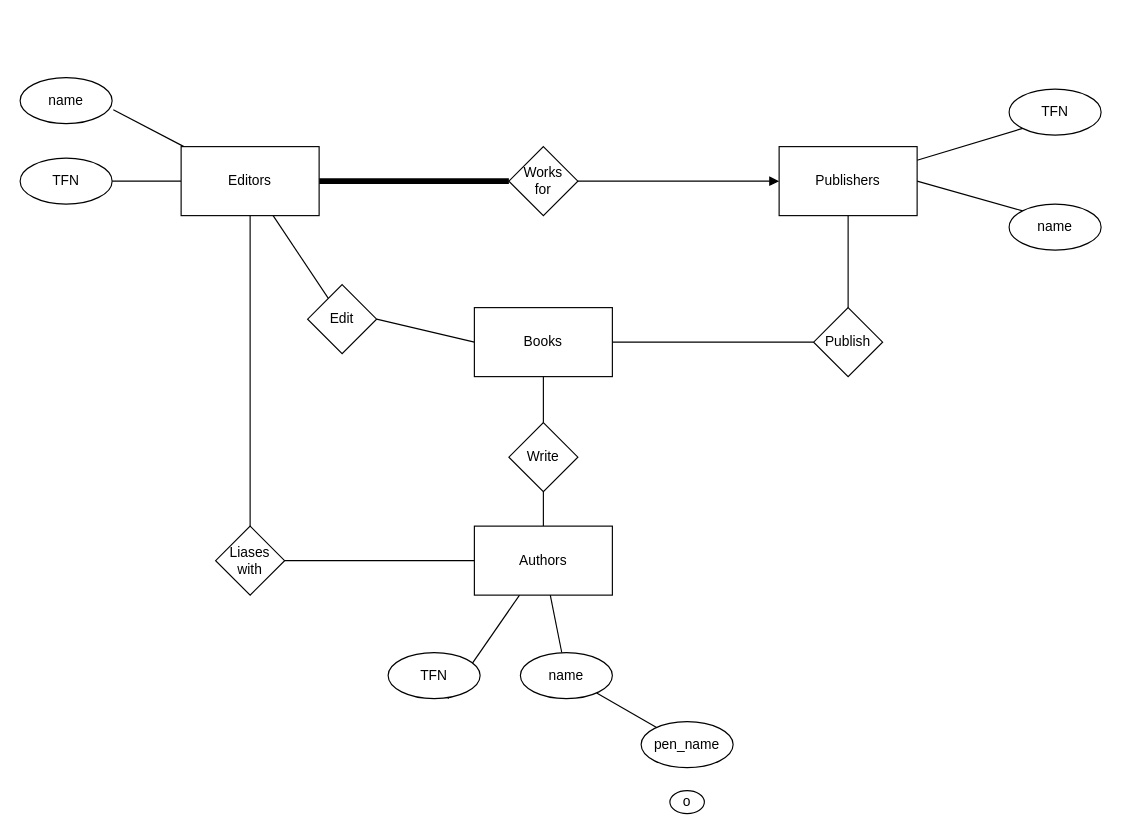
Before: Untitled Diagram.drawio in drewmillerwilson/demo-repo, a draw.io diagram. Source tidied: cells renumbered, new cells numbered last; positions are measured from the earlier drawing's top-left corner, leaving out a move shared by most shapes. Both pictures are drawn from the tidied source at 115%, with x=0, y=0 at pixel (20, 77).
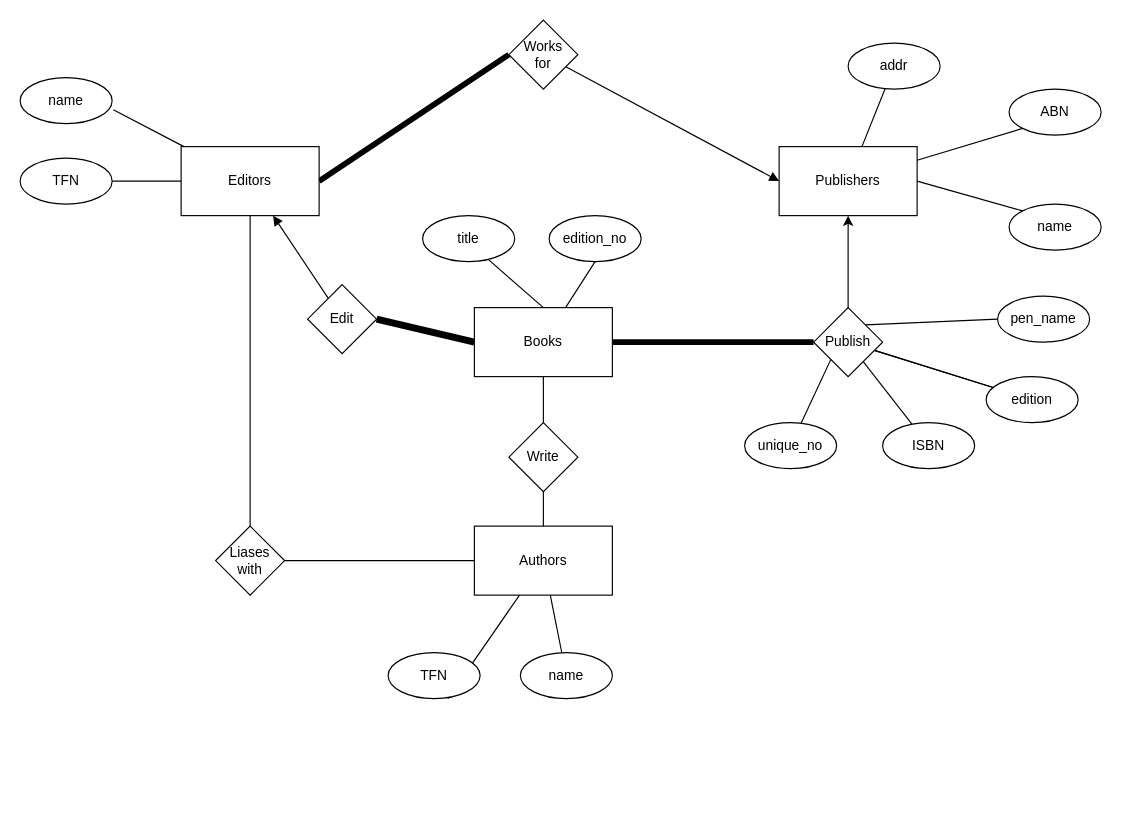
The same page after the edit.

The change refers to these unchanged cells:
```xml
<mxCell id="6" value="Editors" style="rounded=0;whiteSpace=wrap;html=1;" parent="1" vertex="1">
  <mxGeometry x="140" y="60" width="120" height="60" as="geometry" />
</mxCell>
<mxCell id="13" value="Publishers" style="rounded=0;whiteSpace=wrap;html=1;" parent="1" vertex="1">
  <mxGeometry x="660" y="60" width="120" height="60" as="geometry" />
</mxCell>
<mxCell id="16" value="Books" style="rounded=0;whiteSpace=wrap;html=1;" parent="1" vertex="1">
  <mxGeometry x="395" y="200" width="120" height="60" as="geometry" />
</mxCell>
<mxCell id="25" value="name" style="ellipse;whiteSpace=wrap;html=1;" parent="1" vertex="1">
  <mxGeometry x="435" y="500" width="80" height="40" as="geometry" />
</mxCell>
<mxCell id="30" value="Edit" style="rhombus;whiteSpace=wrap;html=1;" parent="1" vertex="1">
  <mxGeometry x="250" y="180" width="60" height="60" as="geometry" />
</mxCell>
<mxCell id="31" value="Publish" style="rhombus;whiteSpace=wrap;html=1;" parent="1" vertex="1">
  <mxGeometry x="690" y="200" width="60" height="60" as="geometry" />
</mxCell>
```

Diff of the diagram source:
```diff
@@
-    <mxCell id="12" style="edgeStyle=none;rounded=0;jettySize=auto;html=1;entryX=0.5;entryY=0;entryDx=0;entryDy=0;endArrow=none;endFill=0;" parent="1" edge="1" source="13" target="31">
+    <mxCell id="12" style="edgeStyle=none;rounded=0;jettySize=auto;html=1;endArrow=classic;endFill=1;exitX=0.5;exitY=0;exitDx=0;exitDy=0;entryX=0.5;entryY=1;entryDx=0;entryDy=0;" parent="1" edge="1" source="31" target="13">
       <mxGeometry relative="1" as="geometry" />
     </mxCell>
@@
-    <mxCell id="14" style="edgeStyle=none;rounded=0;jettySize=auto;html=1;exitX=0;exitY=0.5;exitDx=0;exitDy=0;entryX=1;entryY=0.5;entryDx=0;entryDy=0;endArrow=none;endFill=0;" parent="1" edge="1" source="16" target="30">
+    <mxCell id="14" style="edgeStyle=none;rounded=0;jettySize=auto;html=1;exitX=0;exitY=0.5;exitDx=0;exitDy=0;entryX=1;entryY=0.5;entryDx=0;entryDy=0;endArrow=none;endFill=0;strokeWidth=6;" parent="1" edge="1" source="16" target="30">
       <mxGeometry relative="1" as="geometry" />
     </mxCell>
-    <mxCell id="15" style="edgeStyle=none;rounded=0;jettySize=auto;html=1;exitX=1;exitY=0.5;exitDx=0;exitDy=0;entryX=0;entryY=0.5;entryDx=0;entryDy=0;endArrow=none;endFill=0;" parent="1" edge="1" source="16" target="31">
+    <mxCell id="15" style="edgeStyle=none;rounded=0;jettySize=auto;html=1;exitX=1;exitY=0.5;exitDx=0;exitDy=0;entryX=0;entryY=0.5;entryDx=0;entryDy=0;endArrow=none;endFill=0;strokeWidth=5;" parent="1" edge="1" source="16" target="31">
       <mxGeometry relative="1" as="geometry" />
     </mxCell>
+    <mxCell id="36" style="edgeStyle=none;rounded=0;jettySize=auto;html=1;exitX=0.5;exitY=0;exitDx=0;exitDy=0;entryX=0.713;entryY=0.95;entryDx=0;entryDy=0;entryPerimeter=0;shadow=0;endArrow=none;endFill=0;strokeWidth=1;" parent="1" edge="1" source="16" target="44">
+      <mxGeometry relative="1" as="geometry" />
+    </mxCell>
+    <mxCell id="37" style="edgeStyle=none;rounded=0;jettySize=auto;html=1;entryX=0.5;entryY=1;entryDx=0;entryDy=0;shadow=0;endArrow=none;endFill=0;strokeWidth=1;" parent="1" edge="1" source="16" target="43">
+      <mxGeometry relative="1" as="geometry" />
+    </mxCell>
@@
-    <mxCell id="19" value="TFN" style="ellipse;whiteSpace=wrap;html=1;" parent="1" vertex="1">
+    <mxCell id="19" value="ABN" style="ellipse;whiteSpace=wrap;html=1;" parent="1" vertex="1">
       <mxGeometry x="860" y="10" width="80" height="40" as="geometry" />
     </mxCell>
@@
-    <mxCell id="21" style="rounded=0;jettySize=auto;html=1;endArrow=none;endFill=0;" parent="1" edge="1" source="22" target="25">
-      <mxGeometry relative="1" as="geometry" />
-    </mxCell>
     <mxCell id="22" value="pen_name" style="ellipse;whiteSpace=wrap;html=1;" parent="1" vertex="1">
-      <mxGeometry x="540" y="560" width="80" height="40" as="geometry" />
+      <mxGeometry x="850" y="190" width="80" height="40" as="geometry" />
     </mxCell>
@@
-    <mxCell id="26" value="o" style="ellipse;whiteSpace=wrap;html=1;" parent="1" vertex="1">
-      <mxGeometry x="565" y="620" width="30" height="20" as="geometry" />
-    </mxCell>
@@
-    <mxCell id="29" style="edgeStyle=none;rounded=0;jettySize=auto;html=1;endArrow=none;endFill=0;" parent="1" edge="1" source="30" target="6">
+    <mxCell id="29" style="edgeStyle=none;rounded=0;jettySize=auto;html=1;endArrow=block;endFill=1;" parent="1" edge="1" source="30" target="6">
       <mxGeometry relative="1" as="geometry" />
     </mxCell>
@@
+    <mxCell id="38" style="edgeStyle=none;rounded=0;jettySize=auto;html=1;shadow=0;endArrow=none;endFill=0;strokeWidth=1;" parent="1" edge="1" source="31" target="46">
+      <mxGeometry relative="1" as="geometry" />
+    </mxCell>
+    <mxCell id="39" style="edgeStyle=none;rounded=0;jettySize=auto;html=1;exitX=0;exitY=1;exitDx=0;exitDy=0;shadow=0;endArrow=none;endFill=0;strokeWidth=1;" parent="1" edge="1" source="31" target="45">
+      <mxGeometry relative="1" as="geometry" />
+    </mxCell>
+    <mxCell id="40" style="edgeStyle=none;rounded=0;jettySize=auto;html=1;shadow=0;endArrow=none;endFill=0;strokeWidth=1;" parent="1" edge="1" source="31" target="47">
+      <mxGeometry relative="1" as="geometry" />
+    </mxCell>
+    <mxCell id="41" style="edgeStyle=none;rounded=0;jettySize=auto;html=1;shadow=0;endArrow=none;endFill=0;strokeWidth=1;" parent="1" edge="1" source="31" target="47">
+      <mxGeometry relative="1" as="geometry" />
+    </mxCell>
+    <mxCell id="42" style="edgeStyle=none;rounded=0;jettySize=auto;html=1;exitX=1;exitY=0;exitDx=0;exitDy=0;entryX=0;entryY=0.5;entryDx=0;entryDy=0;shadow=0;endArrow=none;endFill=0;strokeWidth=1;" parent="1" edge="1" source="31" target="22">
+      <mxGeometry relative="1" as="geometry" />
+    </mxCell>
@@
     <mxCell id="33" value="Works &lt;br&gt;for" style="rhombus;whiteSpace=wrap;html=1;" parent="1" vertex="1">
-      <mxGeometry x="425" y="60" width="60" height="60" as="geometry" />
+      <mxGeometry x="425" y="-50" width="60" height="60" as="geometry" />
     </mxCell>
@@
+    <mxCell id="43" value="edition_no" style="ellipse;whiteSpace=wrap;html=1;" parent="1" vertex="1">
+      <mxGeometry x="460" y="120" width="80" height="40" as="geometry" />
+    </mxCell>
+    <mxCell id="44" value="title" style="ellipse;whiteSpace=wrap;html=1;" parent="1" vertex="1">
+      <mxGeometry x="350" y="120" width="80" height="40" as="geometry" />
+    </mxCell>
+    <mxCell id="45" value="unique_no" style="ellipse;whiteSpace=wrap;html=1;" parent="1" vertex="1">
+      <mxGeometry x="630" y="300" width="80" height="40" as="geometry" />
+    </mxCell>
+    <mxCell id="46" value="ISBN" style="ellipse;whiteSpace=wrap;html=1;" parent="1" vertex="1">
+      <mxGeometry x="750" y="300" width="80" height="40" as="geometry" />
+    </mxCell>
+    <mxCell id="47" value="edition" style="ellipse;whiteSpace=wrap;html=1;" parent="1" vertex="1">
+      <mxGeometry x="840" y="260" width="80" height="40" as="geometry" />
+    </mxCell>
+    <mxCell id="48" style="edgeStyle=none;rounded=0;jettySize=auto;html=1;shadow=0;endArrow=none;endFill=0;strokeWidth=1;" parent="1" edge="1" source="49" target="13">
+      <mxGeometry relative="1" as="geometry" />
+    </mxCell>
+    <mxCell id="49" value="addr" style="ellipse;whiteSpace=wrap;html=1;" parent="1" vertex="1">
+      <mxGeometry x="720" y="-30" width="80" height="40" as="geometry" />
+    </mxCell>
```
